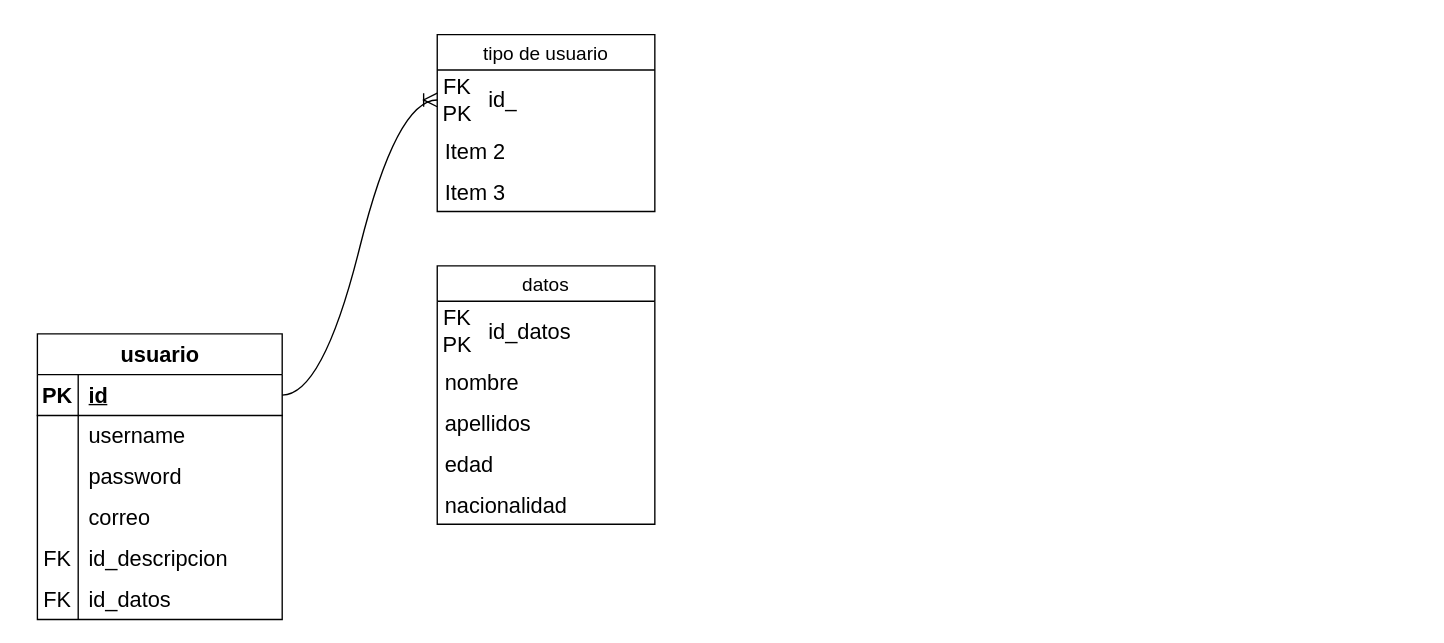
The draw.io diagram Diagrama sin título.drawio in brayanmar/diagrama_escorting, before the edit. Source tidied: cells renumbered, new cells numbered last; positions are measured from the earlier drawing's top-left corner, leaving out a move shared by most shapes. Both pictures are drawn from the tidied source at 136%, with x=0, y=0 at pixel (37, 34).
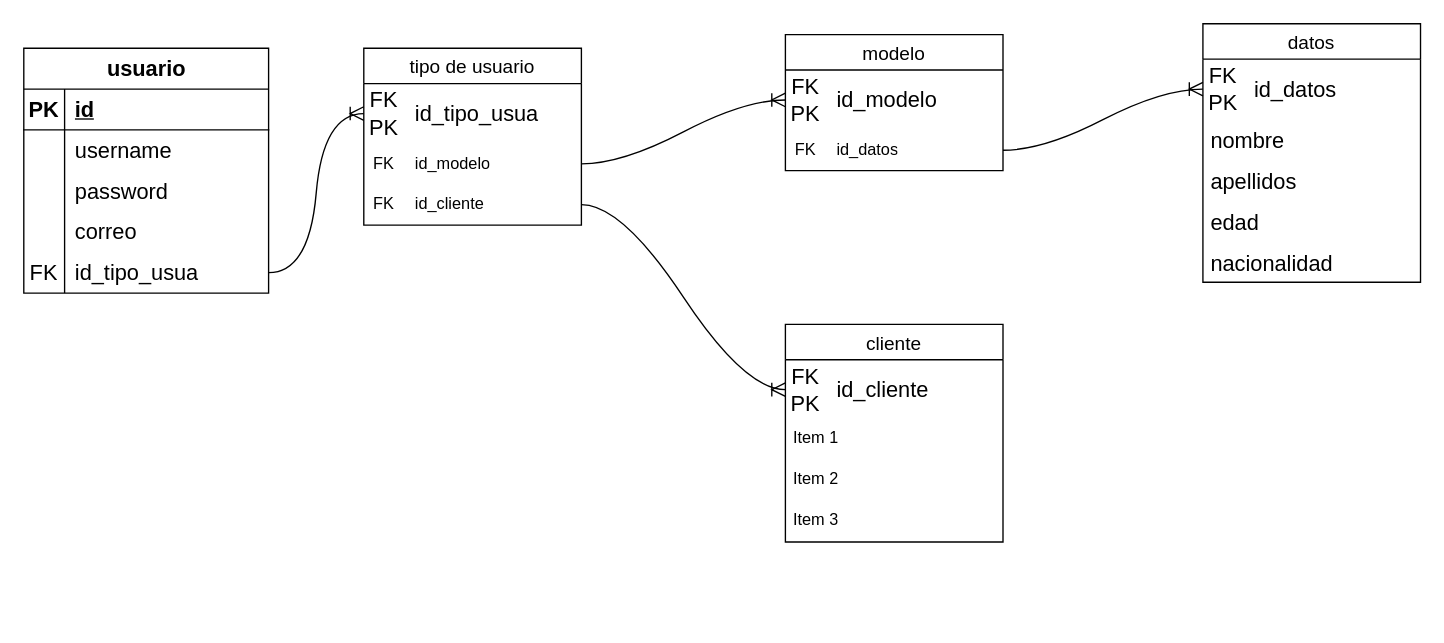
The same page after the edit.

Unchanged cells that the change refers to:
```xml
<mxCell id="3" style="shape=tableRow;horizontal=0;startSize=0;swimlaneHead=0;swimlaneBody=0;fillColor=none;points=[[0,0.5],[1,0.5]];portConstraint=eastwest;top=0;left=0;right=0;bottom=1;fontSize=16;" parent="2" vertex="1">
  <mxGeometry y="30" width="180" height="30" as="geometry" />
</mxCell>
<mxCell id="15" style="shape=tableRow;horizontal=0;startSize=0;swimlaneHead=0;swimlaneBody=0;fillColor=none;points=[[0,0.5],[1,0.5]];portConstraint=eastwest;top=0;left=0;right=0;bottom=0;fontSize=16;" parent="2" vertex="1">
  <mxGeometry y="150" width="180" height="30" as="geometry" />
</mxCell>
<mxCell id="23" style="shape=tableRow;horizontal=0;startSize=0;swimlaneHead=0;swimlaneBody=0;fillColor=none;points=[[0,0.5],[1,0.5]];portConstraint=eastwest;top=0;left=0;right=0;bottom=0;fontSize=16;" parent="22" vertex="1">
  <mxGeometry width="160" height="44" as="geometry" />
</mxCell>
<mxCell id="32" style="shape=tableRow;horizontal=0;startSize=0;swimlaneHead=0;swimlaneBody=0;fillColor=none;points=[[0,0.5],[1,0.5]];portConstraint=eastwest;top=0;left=0;right=0;bottom=0;fontSize=16;" parent="31" vertex="1">
  <mxGeometry width="160" height="44" as="geometry" />
</mxCell>
```

The edit, as a diff of the source:
```diff
@@
     <mxCell id="2" value="usuario" style="shape=table;startSize=30;childLayout=tableLayout;rowLines=0;fontStyle=1;align=center;html=1;fontSize=16;" parent="1" vertex="1">
-      <mxGeometry y="220" width="180" height="210" as="geometry" />
+      <mxGeometry x="-10" y="10" width="180" height="180" as="geometry" />
     </mxCell>
@@
-    <mxCell id="17" value="id_descripcion" style="shape=partialRectangle;fillColor=none;top=0;left=0;bottom=0;right=0;align=left;spacingLeft=6;fontStyle=0;overflow=hidden;whiteSpace=wrap;html=1;fontSize=16;" parent="15" vertex="1">
+    <mxCell id="17" value="id_tipo_usua" style="shape=partialRectangle;fillColor=none;top=0;left=0;bottom=0;right=0;align=left;spacingLeft=6;fontStyle=0;overflow=hidden;whiteSpace=wrap;html=1;fontSize=16;" parent="15" vertex="1">
       <mxGeometry x="30" width="150" height="30" as="geometry" />
     </mxCell>
-    <mxCell id="18" style="shape=tableRow;horizontal=0;startSize=0;swimlaneHead=0;swimlaneBody=0;fillColor=none;top=0;left=0;right=0;bottom=0;fontSize=16;" parent="2" vertex="1">
-      <mxGeometry y="180" width="180" height="30" as="geometry" />
-    </mxCell>
-    <mxCell id="19" value="FK" style="shape=partialRectangle;fillColor=none;top=0;left=0;bottom=0;right=0;fontStyle=0;overflow=hidden;whiteSpace=wrap;html=1;fontSize=16;" parent="18" vertex="1">
-      <mxGeometry width="30" height="30" as="geometry" />
-    </mxCell>
-    <mxCell id="20" value="id_datos" style="shape=partialRectangle;fillColor=none;top=0;left=0;bottom=0;right=0;align=left;spacingLeft=6;fontStyle=0;overflow=hidden;whiteSpace=wrap;html=1;fontSize=16;" parent="18" vertex="1">
-      <mxGeometry x="30" width="150" height="30" as="geometry" />
-    </mxCell>
     <mxCell id="21" value="datos" style="swimlane;fontStyle=0;horizontal=1;startSize=26;align=center;fontSize=14;" parent="1" vertex="1">
-      <mxGeometry x="294" y="170" width="160" height="190" as="geometry" />
+      <mxGeometry x="857" y="-8" width="160" height="190" as="geometry" />
     </mxCell>
@@
     <mxCell id="30" value="tipo de usuario" style="swimlane;fontStyle=0;horizontal=1;startSize=26;align=center;fontSize=14;" parent="1" vertex="1">
-      <mxGeometry x="294" width="160" height="130" as="geometry" />
+      <mxGeometry x="240" y="10" width="160" height="130" as="geometry" />
     </mxCell>
@@
-    <mxCell id="34" value="id_" style="shape=partialRectangle;fillColor=none;top=0;left=0;bottom=0;right=0;align=left;spacingLeft=6;fontStyle=0;overflow=hidden;whiteSpace=wrap;html=1;fontSize=16;" parent="32" vertex="1">
+    <mxCell id="34" value="id_tipo_usua" style="shape=partialRectangle;fillColor=none;top=0;left=0;bottom=0;right=0;align=left;spacingLeft=6;fontStyle=0;overflow=hidden;whiteSpace=wrap;html=1;fontSize=16;" parent="32" vertex="1">
       <mxGeometry x="30" width="130" height="44" as="geometry" />
     </mxCell>
+    <mxCell id="38" style="shape=table;startSize=0;childLayout=tableLayout;rowLines=0;fontStyle=0;align=center;strokeColor=none;fillColor=none;" parent="30" vertex="1">
+      <mxGeometry y="70" width="160" height="30" as="geometry" />
+    </mxCell>
+    <mxCell id="39" style="shape=tableRow;horizontal=0;startSize=0;swimlaneHead=0;swimlaneBody=0;fillColor=none;points=[[0,0.5],[1,0.5]];portConstraint=eastwest;top=0;left=0;right=0;bottom=0;" parent="38" vertex="1">
+      <mxGeometry width="160" height="30" as="geometry" />
+    </mxCell>
+    <mxCell id="40" value="FK" style="shape=partialRectangle;fillColor=none;top=0;left=0;bottom=0;right=0;fontStyle=0;overflow=hidden;whiteSpace=wrap;html=1;" parent="39" vertex="1">
+      <mxGeometry width="30" height="30" as="geometry" />
+    </mxCell>
+    <mxCell id="41" value="id_modelo" style="shape=partialRectangle;fillColor=none;top=0;left=0;bottom=0;right=0;align=left;spacingLeft=6;fontStyle=0;overflow=hidden;whiteSpace=wrap;html=1;" parent="39" vertex="1">
+      <mxGeometry x="30" width="130" height="30" as="geometry" />
+    </mxCell>
+    <mxCell id="42" style="shape=table;startSize=0;childLayout=tableLayout;rowLines=0;fontStyle=0;align=center;strokeColor=none;fillColor=none;" parent="30" vertex="1">
+      <mxGeometry y="100" width="160" height="30" as="geometry" />
+    </mxCell>
+    <mxCell id="43" style="shape=tableRow;horizontal=0;startSize=0;swimlaneHead=0;swimlaneBody=0;fillColor=none;points=[[0,0.5],[1,0.5]];portConstraint=eastwest;top=0;left=0;right=0;bottom=0;" parent="42" vertex="1">
+      <mxGeometry width="160" height="30" as="geometry" />
+    </mxCell>
+    <mxCell id="44" value="FK" style="shape=partialRectangle;fillColor=none;top=0;left=0;bottom=0;right=0;fontStyle=0;overflow=hidden;whiteSpace=wrap;html=1;" parent="43" vertex="1">
+      <mxGeometry width="30" height="30" as="geometry" />
+    </mxCell>
+    <mxCell id="45" value="id_cliente" style="shape=partialRectangle;fillColor=none;top=0;left=0;bottom=0;right=0;align=left;spacingLeft=6;fontStyle=0;overflow=hidden;whiteSpace=wrap;html=1;" parent="43" vertex="1">
+      <mxGeometry x="30" width="130" height="30" as="geometry" />
+    </mxCell>
+    <mxCell id="37" style="edgeStyle=entityRelationEdgeStyle;fontSize=12;html=1;endArrow=ERoneToMany;rounded=0;startSize=8;endSize=8;curved=1;" parent="1" edge="1" source="15" target="32">
+      <mxGeometry relative="1" as="geometry" />
+    </mxCell>
+    <mxCell id="46" value="modelo" style="swimlane;fontStyle=0;horizontal=1;startSize=26;align=center;fontSize=14;" parent="1" vertex="1">
+      <mxGeometry x="550" width="160" height="100" as="geometry" />
+    </mxCell>
+    <mxCell id="47" style="shape=table;startSize=0;childLayout=tableLayout;rowLines=0;fontStyle=0;align=center;strokeColor=none;fillColor=none;fontSize=16;" parent="46" vertex="1">
+      <mxGeometry y="26" width="160" height="74" as="geometry" />
+    </mxCell>
+    <mxCell id="48" style="shape=tableRow;horizontal=0;startSize=0;swimlaneHead=0;swimlaneBody=0;fillColor=none;points=[[0,0.5],[1,0.5]];portConstraint=eastwest;top=0;left=0;right=0;bottom=0;fontSize=16;" parent="47" vertex="1">
+      <mxGeometry width="160" height="44" as="geometry" />
+    </mxCell>
+    <mxCell id="49" value="FK PK" style="shape=partialRectangle;fillColor=none;top=0;left=0;bottom=0;right=0;fontStyle=0;overflow=hidden;whiteSpace=wrap;html=1;fontSize=16;" parent="48" vertex="1">
+      <mxGeometry width="30" height="44" as="geometry" />
+    </mxCell>
+    <mxCell id="50" value="id_modelo" style="shape=partialRectangle;fillColor=none;top=0;left=0;bottom=0;right=0;align=left;spacingLeft=6;fontStyle=0;overflow=hidden;whiteSpace=wrap;html=1;fontSize=16;" parent="48" vertex="1">
+      <mxGeometry x="30" width="130" height="44" as="geometry" />
+    </mxCell>
+    <mxCell id="51" style="shape=tableRow;horizontal=0;startSize=0;swimlaneHead=0;swimlaneBody=0;fillColor=none;points=[[0,0.5],[1,0.5]];portConstraint=eastwest;top=0;left=0;right=0;bottom=0;" parent="47" vertex="1">
+      <mxGeometry y="44" width="160" height="30" as="geometry" />
+    </mxCell>
+    <mxCell id="52" value="FK" style="shape=partialRectangle;fillColor=none;top=0;left=0;bottom=0;right=0;fontStyle=0;overflow=hidden;whiteSpace=wrap;html=1;" parent="51" vertex="1">
+      <mxGeometry width="30" height="30" as="geometry" />
+    </mxCell>
+    <mxCell id="20" value="id_datos" style="shape=partialRectangle;fillColor=none;top=0;left=0;bottom=0;right=0;align=left;spacingLeft=6;fontStyle=0;overflow=hidden;whiteSpace=wrap;html=1;" parent="51" vertex="1">
+      <mxGeometry x="30" width="130" height="30" as="geometry" />
+    </mxCell>
+    <mxCell id="53" style="edgeStyle=entityRelationEdgeStyle;fontSize=12;html=1;endArrow=ERoneToMany;rounded=0;startSize=8;endSize=8;curved=1;" parent="1" edge="1" source="39" target="48">
+      <mxGeometry relative="1" as="geometry" />
+    </mxCell>
+    <mxCell id="54" value="cliente" style="swimlane;fontStyle=0;horizontal=1;startSize=26;align=center;fontSize=14;" parent="1" vertex="1">
+      <mxGeometry x="550" y="213" width="160" height="160" as="geometry" />
+    </mxCell>
+    <mxCell id="55" style="shape=table;startSize=0;childLayout=tableLayout;rowLines=0;fontStyle=0;align=center;strokeColor=none;fillColor=none;fontSize=16;" parent="54" vertex="1">
+      <mxGeometry y="26" width="160" height="44" as="geometry" />
+    </mxCell>
+    <mxCell id="56" style="shape=tableRow;horizontal=0;startSize=0;swimlaneHead=0;swimlaneBody=0;fillColor=none;points=[[0,0.5],[1,0.5]];portConstraint=eastwest;top=0;left=0;right=0;bottom=0;fontSize=16;" parent="55" vertex="1">
+      <mxGeometry width="160" height="44" as="geometry" />
+    </mxCell>
+    <mxCell id="57" value="FK PK" style="shape=partialRectangle;fillColor=none;top=0;left=0;bottom=0;right=0;fontStyle=0;overflow=hidden;whiteSpace=wrap;html=1;fontSize=16;" parent="56" vertex="1">
+      <mxGeometry width="30" height="44" as="geometry" />
+    </mxCell>
+    <mxCell id="58" value="id_cliente" style="shape=partialRectangle;fillColor=none;top=0;left=0;bottom=0;right=0;align=left;spacingLeft=6;fontStyle=0;overflow=hidden;whiteSpace=wrap;html=1;fontSize=16;" parent="56" vertex="1">
+      <mxGeometry x="30" width="130" height="44" as="geometry" />
+    </mxCell>
+    <mxCell id="59" value="Item 1" style="text;strokeColor=none;fillColor=none;spacingLeft=4;spacingRight=4;overflow=hidden;fontSize=12;whiteSpace=wrap;html=1;" parent="54" vertex="1">
+      <mxGeometry y="70" width="160" height="30" as="geometry" />
+    </mxCell>
-    <mxCell id="35" value="Item 2" style="text;strokeColor=none;fillColor=none;spacingLeft=4;spacingRight=4;overflow=hidden;fontSize=16;whiteSpace=wrap;html=1;" parent="30" vertex="1">
-      <mxGeometry y="70" width="160" height="30" as="geometry" />
+    <mxCell id="35" value="Item 2" style="text;strokeColor=none;fillColor=none;spacingLeft=4;spacingRight=4;overflow=hidden;fontSize=12;whiteSpace=wrap;html=1;" parent="54" vertex="1">
+      <mxGeometry y="100" width="160" height="30" as="geometry" />
     </mxCell>
-    <mxCell id="36" value="Item 3" style="text;strokeColor=none;fillColor=none;spacingLeft=4;spacingRight=4;overflow=hidden;fontSize=16;whiteSpace=wrap;html=1;" parent="30" vertex="1">
-      <mxGeometry y="100" width="160" height="30" as="geometry" />
+    <mxCell id="36" value="Item 3" style="text;strokeColor=none;fillColor=none;spacingLeft=4;spacingRight=4;overflow=hidden;fontSize=12;whiteSpace=wrap;html=1;" parent="54" vertex="1">
+      <mxGeometry y="130" width="160" height="30" as="geometry" />
     </mxCell>
-    <mxCell id="37" style="edgeStyle=entityRelationEdgeStyle;fontSize=12;html=1;endArrow=ERoneToMany;rounded=0;startSize=8;endSize=8;curved=1;" parent="1" edge="1" source="3" target="32">
-      <mxGeometry relative="1" as="geometry" />
-    </mxCell>
+    <mxCell id="60" style="edgeStyle=entityRelationEdgeStyle;fontSize=12;html=1;endArrow=ERoneToMany;rounded=0;startSize=8;endSize=8;curved=1;" parent="1" edge="1" source="43" target="56">
+      <mxGeometry relative="1" as="geometry" />
+    </mxCell>
+    <mxCell id="61" style="edgeStyle=entityRelationEdgeStyle;fontSize=12;html=1;endArrow=ERoneToMany;rounded=0;startSize=8;endSize=8;curved=1;" parent="1" edge="1" source="51" target="23">
+      <mxGeometry relative="1" as="geometry">
+        <Array as="points">
+          <mxPoint x="818" y="70" />
+        </Array>
+      </mxGeometry>
+    </mxCell>
```
